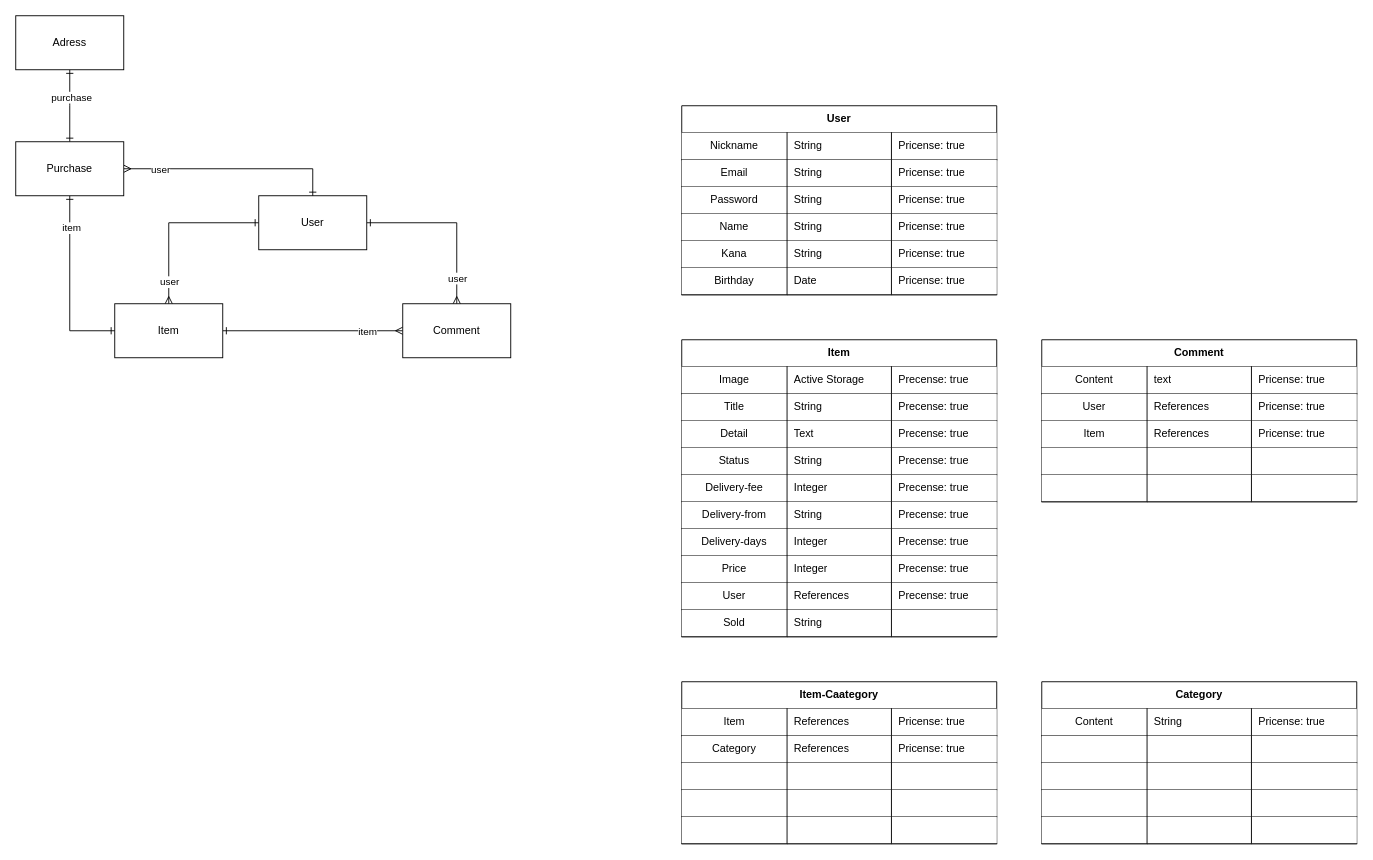
ken-is-engineer/furima-34416 keeps this draw.io diagram as er.drawio. Above is the earlier version. Source tidied: cells renumbered, new cells numbered last; positions are measured from the earlier drawing's top-left corner, leaving out a move shared by most shapes. Both pictures are drawn from the tidied source at 90%, with x=0, y=0 at pixel (15, 15).
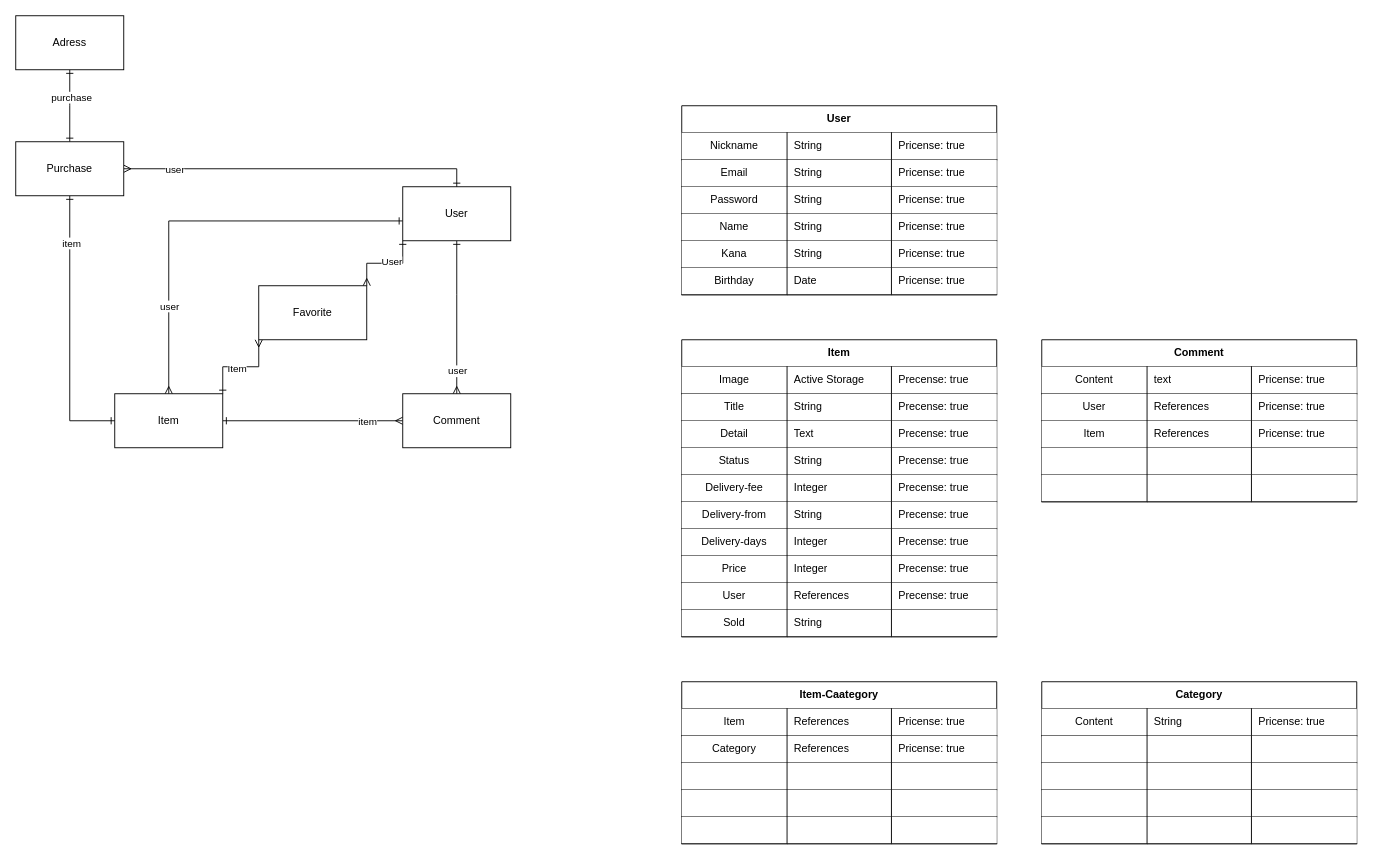
The same diagram, later.

Change to the diagram source:
```diff
@@
-    <mxCell id="2" style="edgeStyle=orthogonalEdgeStyle;rounded=0;jettySize=auto;html=1;exitX=0;exitY=0.5;exitDx=0;exitDy=0;entryX=0.5;entryY=0;entryDx=0;entryDy=0;startArrow=ERone;startFill=0;endArrow=ERmany;endFill=0;" parent="1" edge="1" source="6" target="9">
+    <mxCell id="2" style="edgeStyle=orthogonalEdgeStyle;rounded=0;jettySize=auto;html=1;entryX=0.5;entryY=0;entryDx=0;entryDy=0;startArrow=ERone;startFill=0;endArrow=ERmany;endFill=0;exitX=0;exitY=0.633;exitDx=0;exitDy=0;exitPerimeter=0;" parent="1" edge="1" source="6" target="9">
       <mxGeometry relative="1" as="geometry">
         <Array as="points">
-          <mxPoint x="170" y="230" />
+          <mxPoint x="170" y="228" />
         </Array>
       </mxGeometry>
     </mxCell>
@@
-    <mxCell id="4" style="edgeStyle=orthogonalEdgeStyle;rounded=0;jettySize=auto;html=1;exitX=1;exitY=0.5;exitDx=0;exitDy=0;entryX=0.5;entryY=0;entryDx=0;entryDy=0;startArrow=ERone;startFill=0;endArrow=ERmany;endFill=0;" parent="1" edge="1" source="6" target="10">
-      <mxGeometry relative="1" as="geometry" />
+    <mxCell id="4" style="edgeStyle=orthogonalEdgeStyle;rounded=0;jettySize=auto;html=1;exitX=0.5;exitY=1;exitDx=0;exitDy=0;entryX=0.5;entryY=0;entryDx=0;entryDy=0;startArrow=ERone;startFill=0;endArrow=ERmany;endFill=0;" parent="1" edge="1" source="6" target="10">
+      <mxGeometry relative="1" as="geometry">
+        <Array as="points">
+          <mxPoint x="490" y="310" />
+          <mxPoint x="490" y="310" />
+        </Array>
+      </mxGeometry>
     </mxCell>
@@
+    <mxCell id="148" style="edgeStyle=orthogonalEdgeStyle;rounded=0;jettySize=auto;html=1;exitX=1;exitY=0;exitDx=0;exitDy=0;entryX=0;entryY=1;entryDx=0;entryDy=0;startArrow=ERmany;startFill=0;endArrow=ERone;endFill=0;" parent="1" edge="1" source="152" target="6">
+      <mxGeometry relative="1" as="geometry" />
+    </mxCell>
+    <mxCell id="149" value="User" style="edgeLabel;html=1;align=center;verticalAlign=middle;" parent="148" vertex="1">
+      <mxGeometry x="0.16" y="2" relative="1" as="geometry" />
+    </mxCell>
     <mxCell id="6" value="User" style="whiteSpace=wrap;html=1;" parent="1" vertex="1">
-      <mxGeometry x="270" y="200" width="120" height="60" as="geometry" />
+      <mxGeometry x="430" y="190" width="120" height="60" as="geometry" />
     </mxCell>
@@
     <mxCell id="9" value="Item" style="whiteSpace=wrap;html=1;" parent="1" vertex="1">
-      <mxGeometry x="110" y="320" width="120" height="60" as="geometry" />
+      <mxGeometry x="110" y="420" width="120" height="60" as="geometry" />
     </mxCell>
     <mxCell id="10" value="Comment" style="whiteSpace=wrap;html=1;" parent="1" vertex="1">
-      <mxGeometry x="430" y="320" width="120" height="60" as="geometry" />
+      <mxGeometry x="430" y="420" width="120" height="60" as="geometry" />
     </mxCell>
@@
+    <mxCell id="150" style="edgeStyle=orthogonalEdgeStyle;rounded=0;jettySize=auto;html=1;exitX=0;exitY=1;exitDx=0;exitDy=0;entryX=1;entryY=0;entryDx=0;entryDy=0;endArrow=ERone;endFill=0;startArrow=ERmany;startFill=0;" parent="1" edge="1" source="152" target="9">
+      <mxGeometry relative="1" as="geometry" />
+    </mxCell>
+    <mxCell id="151" value="Item" style="edgeLabel;html=1;align=center;verticalAlign=middle;" parent="150" vertex="1">
+      <mxGeometry x="0.1" y="1" relative="1" as="geometry" />
+    </mxCell>
+    <mxCell id="152" value="Favorite" style="whiteSpace=wrap;html=1;" parent="1" vertex="1">
+      <mxGeometry x="270" y="300" width="120" height="60" as="geometry" />
+    </mxCell>
```
